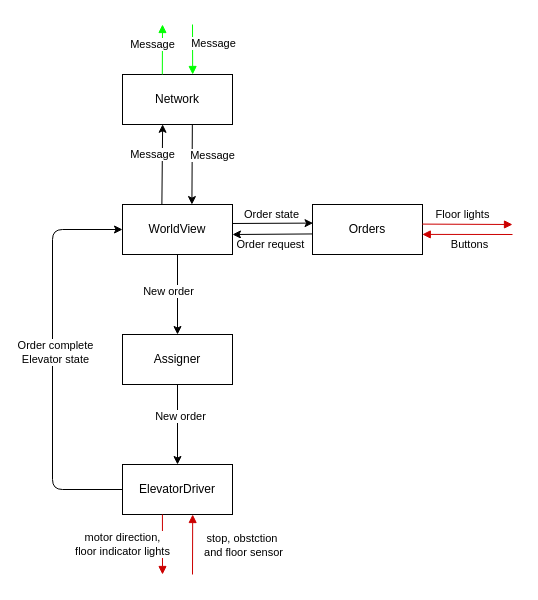
Earlier version of the draw.io diagram UML/moduldiagram.drawio (KasperTL/elevator_go). Source tidied: cells renumbered, new cells numbered last; positions are measured from the earlier drawing's top-left corner, leaving out a move shared by most shapes. Both pictures are drawn from the tidied source at 100%, with x=0, y=0 at pixel (52, 24).
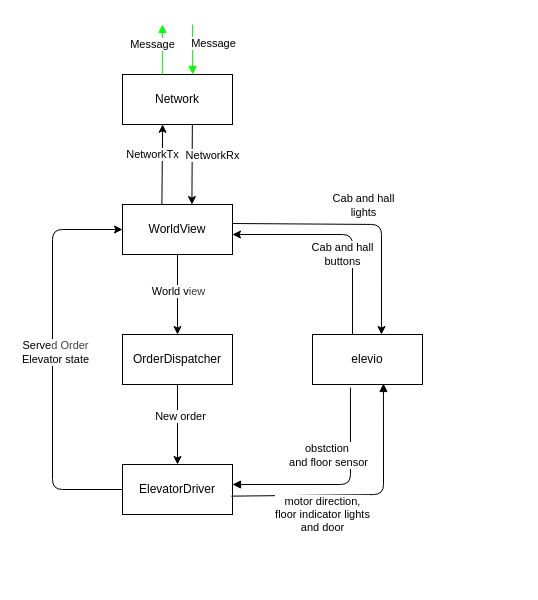
Above is the later version.

The change refers to these unchanged cells:
```xml
<mxCell id="2" style="edgeStyle=none;html=1;entryX=0.5;entryY=0;entryDx=0;entryDy=0;exitX=0.5;exitY=1;exitDx=0;exitDy=0;" parent="1" edge="1" source="8" target="11">
  <mxGeometry relative="1" as="geometry" />
</mxCell>
<mxCell id="6" style="edgeStyle=none;html=1;exitX=0.358;exitY=-0.004;exitDx=0;exitDy=0;exitPerimeter=0;entryX=0.365;entryY=0.996;entryDx=0;entryDy=0;entryPerimeter=0;" parent="1" edge="1" source="8" target="20">
  <mxGeometry relative="1" as="geometry" />
</mxCell>
<mxCell id="8" value="WorldView" style="html=1;whiteSpace=wrap;" parent="1" vertex="1">
  <mxGeometry x="70" y="180" width="110" height="50" as="geometry" />
</mxCell>
<mxCell id="12" style="edgeStyle=none;html=1;entryX=0;entryY=0.5;entryDx=0;entryDy=0;" parent="1" edge="1" source="14" target="8">
  <mxGeometry relative="1" as="geometry">
    <Array as="points">
      <mxPoint y="465" />
      <mxPoint y="205" />
    </Array>
  </mxGeometry>
</mxCell>
<mxCell id="14" value="ElevatorDriver" style="html=1;whiteSpace=wrap;" parent="1" vertex="1">
  <mxGeometry x="70" y="440" width="110" height="50" as="geometry" />
</mxCell>
<mxCell id="18" style="edgeStyle=none;html=1;exitX=0.635;exitY=1.001;exitDx=0;exitDy=0;exitPerimeter=0;entryX=0.631;entryY=0.001;entryDx=0;entryDy=0;entryPerimeter=0;" parent="1" edge="1" source="20" target="8">
  <mxGeometry relative="1" as="geometry" />
</mxCell>
```

The edit, as a diff of the source:
```diff
@@
-    <mxCell id="3" value="New order" style="edgeLabel;html=1;align=center;verticalAlign=middle;" parent="2" vertex="1">
+    <mxCell id="3" value="World v&lt;span style=&quot;color: rgb(63, 63, 63); background-color: light-dark(#ffffff, var(--ge-dark-color, #121212));&quot;&gt;iew&lt;/span&gt;" style="edgeLabel;html=1;align=center;verticalAlign=middle;" parent="2" vertex="1">
       <mxGeometry x="-0.1" y="-1" relative="1" as="geometry">
-        <mxPoint x="-9" as="offset" />
+        <mxPoint x="1" as="offset" />
       </mxGeometry>
     </mxCell>
-    <mxCell id="4" style="edgeStyle=none;html=1;exitX=0.98;exitY=0.38;exitDx=0;exitDy=0;exitPerimeter=0;entryX=0.005;entryY=0.372;entryDx=0;entryDy=0;entryPerimeter=0;" parent="1" edge="1" source="8" target="17">
-      <mxGeometry relative="1" as="geometry" />
+    <mxCell id="4" value="Cab and hall&lt;div&gt;lights&lt;/div&gt;" style="edgeStyle=none;html=1;exitX=0.98;exitY=0.38;exitDx=0;exitDy=0;exitPerimeter=0;strokeColor=#000000;entryX=0.627;entryY=0;entryDx=0;entryDy=0;entryPerimeter=0;" parent="1" edge="1" source="8" target="33">
+      <mxGeometry x="0.02" y="19" relative="1" as="geometry">
+        <Array as="points">
+          <mxPoint x="329" y="200" />
+        </Array>
+      </mxGeometry>
     </mxCell>
-    <mxCell id="5" value="Order state" style="edgeLabel;html=1;align=center;verticalAlign=middle;" parent="4" vertex="1">
-      <mxGeometry y="1" relative="1" as="geometry">
-        <mxPoint y="-8" as="offset" />
-      </mxGeometry>
-    </mxCell>
@@
-    <mxCell id="7" value="Message" style="edgeLabel;html=1;align=center;verticalAlign=middle;" parent="6" vertex="1">
+    <mxCell id="7" value="NetworkTx" style="edgeLabel;html=1;align=center;verticalAlign=middle;" parent="6" vertex="1">
       <mxGeometry x="-0.03" y="1" relative="1" as="geometry">
         <mxPoint x="-9" y="-11" as="offset" />
       </mxGeometry>
     </mxCell>
@@
-    <mxCell id="11" value="Assigner" style="html=1;whiteSpace=wrap;" parent="1" vertex="1">
+    <mxCell id="11" value="OrderDispatcher" style="html=1;whiteSpace=wrap;" parent="1" vertex="1">
       <mxGeometry x="70" y="310" width="110" height="50" as="geometry" />
     </mxCell>
@@
-    <mxCell id="13" value="Order complete&lt;div&gt;Elevator state&lt;/div&gt;" style="edgeLabel;html=1;align=center;verticalAlign=middle;" parent="12" vertex="1">
+    <mxCell id="13" value="Serve&lt;span style=&quot;background-color: light-dark(#ffffff, var(--ge-dark-color, #121212)); color: rgb(63, 63, 63);&quot;&gt;d Order&lt;/span&gt;&lt;div&gt;&lt;div&gt;Elevator state&lt;/div&gt;&lt;/div&gt;" style="edgeLabel;html=1;align=center;verticalAlign=middle;" parent="12" vertex="1">
       <mxGeometry x="0.04" y="-2" relative="1" as="geometry" />
     </mxCell>
@@
-    <mxCell id="15" style="edgeStyle=none;html=1;exitX=0.004;exitY=0.589;exitDx=0;exitDy=0;exitPerimeter=0;entryX=1;entryY=0.6;entryDx=0;entryDy=0;entryPerimeter=0;" parent="1" edge="1" source="17" target="8">
-      <mxGeometry relative="1" as="geometry" />
+    <mxCell id="15" value="Cab and hall&lt;div&gt;buttons&lt;/div&gt;" style="edgeStyle=none;html=1;entryX=1;entryY=0.6;entryDx=0;entryDy=0;entryPerimeter=0;strokeColor=#000000;exitX=0.364;exitY=0;exitDx=0;exitDy=0;exitPerimeter=0;" parent="1" edge="1" source="33" target="8">
+      <mxGeometry y="20" relative="1" as="geometry">
+        <Array as="points">
+          <mxPoint x="300" y="210" />
+        </Array>
+      </mxGeometry>
     </mxCell>
-    <mxCell id="16" value="Order request" style="edgeLabel;html=1;align=center;verticalAlign=middle;" parent="15" vertex="1">
-      <mxGeometry x="0.06" y="-1" relative="1" as="geometry">
-        <mxPoint y="11" as="offset" />
-      </mxGeometry>
-    </mxCell>
-    <mxCell id="17" value="Orders" style="html=1;whiteSpace=wrap;" parent="1" vertex="1">
-      <mxGeometry x="260" y="180" width="110" height="50" as="geometry" />
-    </mxCell>
@@
-    <mxCell id="19" value="Message" style="edgeLabel;html=1;align=center;verticalAlign=middle;" parent="18" vertex="1">
+    <mxCell id="19" value="NetworkRx" style="edgeLabel;html=1;align=center;verticalAlign=middle;" parent="18" vertex="1">
       <mxGeometry y="1" relative="1" as="geometry">
         <mxPoint x="19" y="-10" as="offset" />
       </mxGeometry>
     </mxCell>
@@
-    <mxCell id="25" style="html=1;verticalAlign=bottom;endArrow=block;curved=0;rounded=0;exitX=0.998;exitY=0.392;exitDx=0;exitDy=0;exitPerimeter=0;fillColor=#FF274F;strokeColor=#CC0000;" parent="1" edge="1" source="17">
-      <mxGeometry relative="1" as="geometry">
-        <mxPoint x="460" y="200" as="targetPoint" />
-      </mxGeometry>
-    </mxCell>
-    <mxCell id="26" value="Floor lights" style="edgeLabel;html=1;align=center;verticalAlign=middle;" parent="25" vertex="1">
-      <mxGeometry x="-0.31" y="1" relative="1" as="geometry">
-        <mxPoint x="9" y="-9" as="offset" />
-      </mxGeometry>
-    </mxCell>
-    <mxCell id="27" style="html=1;verticalAlign=bottom;endArrow=block;curved=0;rounded=0;entryX=0.998;entryY=0.598;entryDx=0;entryDy=0;entryPerimeter=0;strokeColor=#CC0000;" parent="1" edge="1" target="17">
-      <mxGeometry relative="1" as="geometry">
-        <mxPoint x="460" y="210" as="sourcePoint" />
-      </mxGeometry>
-    </mxCell>
-    <mxCell id="28" value="Buttons" style="edgeLabel;html=1;align=center;verticalAlign=middle;" parent="27" vertex="1">
-      <mxGeometry x="-0.05" y="2" relative="1" as="geometry">
-        <mxPoint y="8" as="offset" />
-      </mxGeometry>
-    </mxCell>
-    <mxCell id="29" style="html=1;verticalAlign=bottom;endArrow=block;curved=0;rounded=0;exitX=0.363;exitY=1;exitDx=0;exitDy=0;exitPerimeter=0;strokeColor=#CC0000;" parent="1" edge="1" source="14">
+    <mxCell id="29" style="html=1;verticalAlign=bottom;endArrow=block;curved=0;rounded=1;exitX=0.99;exitY=0.633;exitDx=0;exitDy=0;strokeColor=light-dark(#000000, #ffa3a3);entryX=0.645;entryY=0.98;entryDx=0;entryDy=0;entryPerimeter=0;exitPerimeter=0;" parent="1" edge="1" source="14" target="33">
       <mxGeometry relative="1" as="geometry">
-        <mxPoint x="110" y="550" as="targetPoint" />
+        <Array as="points">
+          <mxPoint x="331" y="470" />
+        </Array>
       </mxGeometry>
     </mxCell>
-    <mxCell id="30" value="motor direction,&lt;div&gt;floor indicator lights&lt;/div&gt;" style="edgeLabel;html=1;align=center;verticalAlign=middle;" parent="29" vertex="1">
+    <mxCell id="30" value="motor direction,&lt;div&gt;floor indicator lights&lt;/div&gt;&lt;div&gt;and door&lt;/div&gt;" style="edgeLabel;html=1;align=center;verticalAlign=middle;" parent="29" vertex="1">
       <mxGeometry x="-0.23" relative="1" as="geometry">
-        <mxPoint x="-40" y="7" as="offset" />
+        <mxPoint x="-10" y="19" as="offset" />
       </mxGeometry>
     </mxCell>
-    <mxCell id="31" style="html=1;verticalAlign=bottom;endArrow=block;curved=0;rounded=0;entryX=0.638;entryY=1;entryDx=0;entryDy=0;entryPerimeter=0;strokeColor=#CC0000;" parent="1" edge="1" target="14">
+    <mxCell id="31" style="html=1;verticalAlign=bottom;endArrow=block;curved=0;rounded=1;strokeColor=#000000;exitX=0.345;exitY=1.06;exitDx=0;exitDy=0;exitPerimeter=0;entryX=1;entryY=0.4;entryDx=0;entryDy=0;entryPerimeter=0;" parent="1" edge="1" source="33" target="14">
       <mxGeometry relative="1" as="geometry">
-        <mxPoint x="140" y="550" as="sourcePoint" />
+        <Array as="points">
+          <mxPoint x="298" y="460" />
+        </Array>
       </mxGeometry>
     </mxCell>
-    <mxCell id="32" value="stop, obstction&amp;nbsp;&lt;div&gt;and floor sensor&lt;/div&gt;" style="edgeLabel;html=1;align=center;verticalAlign=middle;" parent="31" vertex="1">
+    <mxCell id="32" value="obstction&amp;nbsp;&lt;div&gt;and floor sensor&lt;/div&gt;" style="edgeLabel;html=1;align=center;verticalAlign=middle;" parent="31" vertex="1">
       <mxGeometry y="-2" relative="1" as="geometry">
-        <mxPoint x="48" as="offset" />
+        <mxPoint x="-12" y="-28" as="offset" />
       </mxGeometry>
     </mxCell>
+    <mxCell id="33" value="elevio" style="html=1;whiteSpace=wrap;" parent="1" vertex="1">
+      <mxGeometry x="260" y="310" width="110" height="50" as="geometry" />
+    </mxCell>
```
